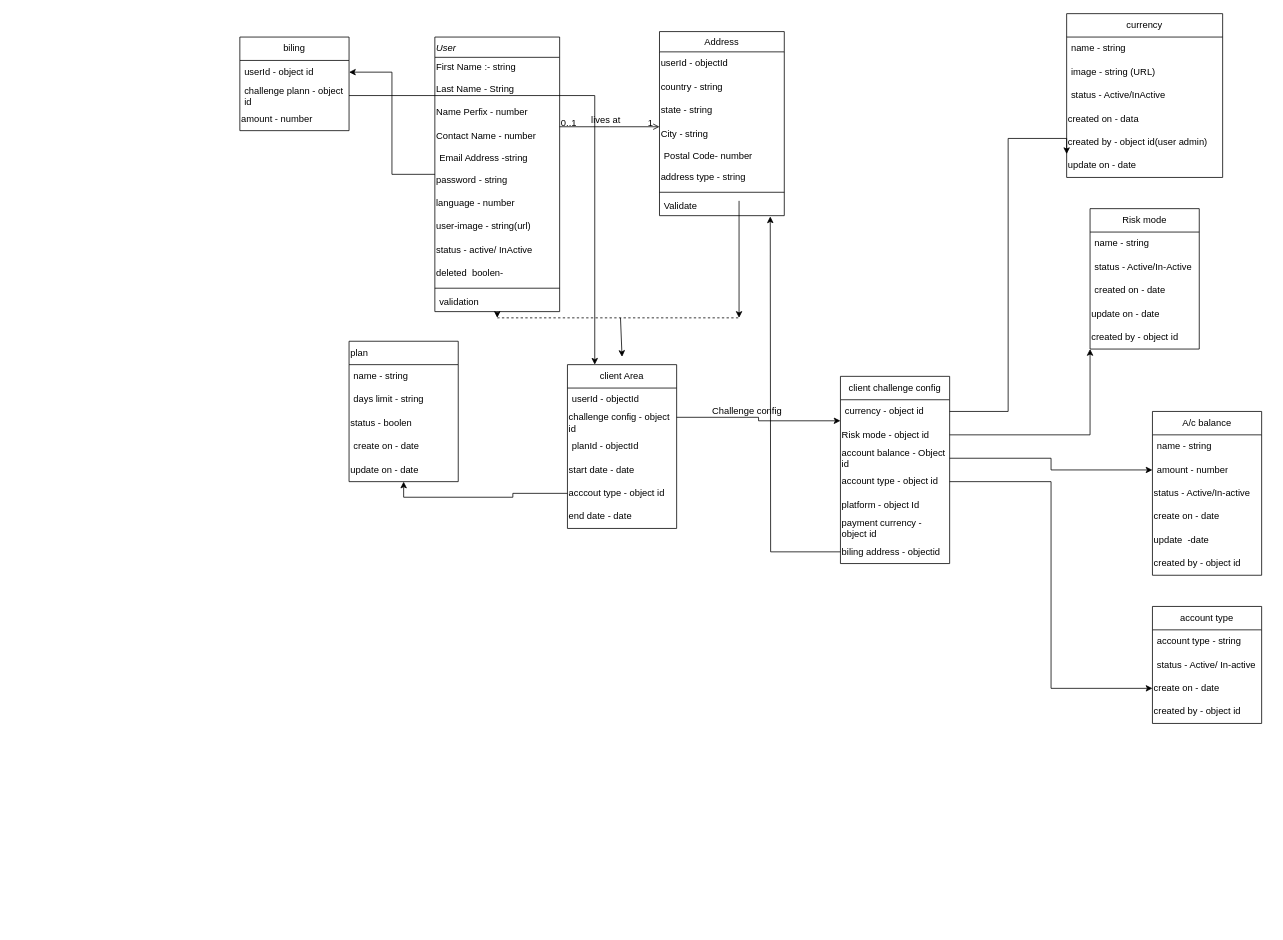
Above: Untitled Diagram.drawio in ankurram/testing1 (draw.io), before the change. Source tidied: cells renumbered, new cells numbered last; positions are measured from the earlier drawing's top-left corner, leaving out a move shared by most shapes. Both pictures are drawn from the tidied source at 78%, with x=0, y=0 at pixel (239, 13).
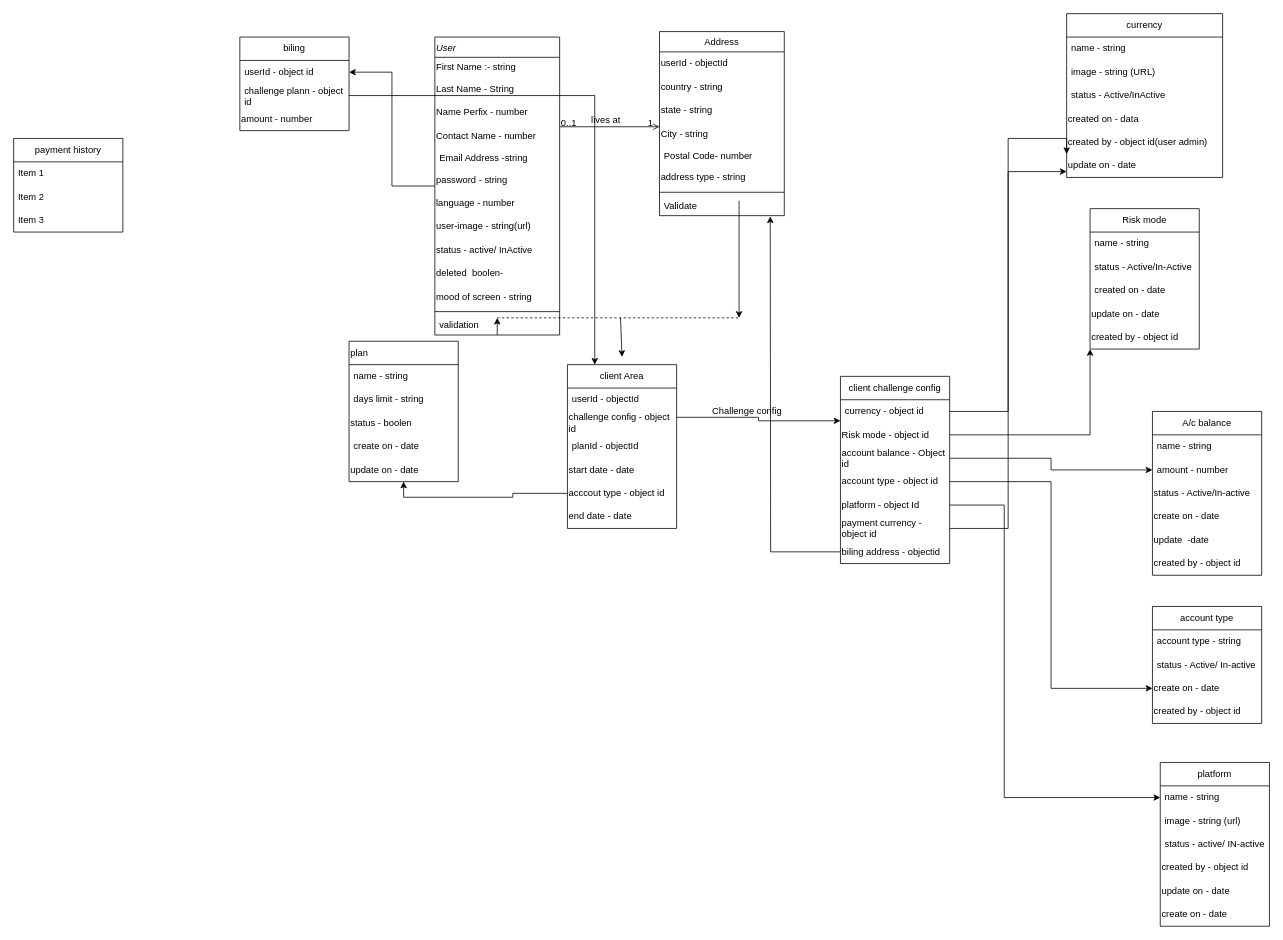
The same page after the edit.

Unchanged cells that the change refers to:
```xml
<mxCell id="47" value="platform - object Id" style="text;html=1;strokeColor=none;fillColor=none;align=left;verticalAlign=middle;whiteSpace=wrap;rounded=0;" parent="42" vertex="1">
  <mxGeometry y="150" width="140" height="30" as="geometry" />
</mxCell>
<mxCell id="48" value="payment currency - object id" style="text;html=1;strokeColor=none;fillColor=none;align=left;verticalAlign=middle;whiteSpace=wrap;rounded=0;" parent="42" vertex="1">
  <mxGeometry y="180" width="140" height="30" as="geometry" />
</mxCell>
<mxCell id="69" value="update on - date" style="text;html=1;strokeColor=none;fillColor=none;align=left;verticalAlign=middle;whiteSpace=wrap;rounded=0;" parent="63" vertex="1">
  <mxGeometry y="180" width="200" height="30" as="geometry" />
</mxCell>
```

Change to the diagram source:
```diff
@@
     <mxCell id="3" value="User" style="swimlane;fontStyle=2;align=left;verticalAlign=top;horizontal=1;startSize=26;rounded=0;shadow=0;strokeWidth=1;" parent="1" vertex="1">
-      <mxGeometry x="250" y="30" width="160" height="352" as="geometry" />
+      <mxGeometry x="250" y="30" width="160" height="382" as="geometry" />
     </mxCell>
@@
+    <mxCell id="92" value="mood of screen - string" style="text;html=1;strokeColor=none;fillColor=none;align=left;verticalAlign=middle;whiteSpace=wrap;rounded=0;" parent="3" vertex="1">
+      <mxGeometry y="318" width="160" height="30" as="geometry" />
+    </mxCell>
     <mxCell id="14" style="line;html=1;strokeWidth=1;align=left;verticalAlign=middle;spacingTop=-1;spacingLeft=3;spacingRight=3;labelPosition=right;" parent="3" vertex="1">
-      <mxGeometry y="318" width="160" height="8" as="geometry" />
+      <mxGeometry y="348" width="160" height="8" as="geometry" />
     </mxCell>
     <mxCell id="15" value="validation " style="text;align=left;verticalAlign=top;spacingLeft=4;spacingRight=4;overflow=hidden;" parent="3" vertex="1">
-      <mxGeometry y="326" width="160" height="26" as="geometry" />
+      <mxGeometry y="356" width="160" height="26" as="geometry" />
     </mxCell>
@@
+    <mxCell id="93" value="platform " style="swimlane;fontStyle=0;horizontal=1;startSize=30;whiteSpace=wrap;html=1;" parent="1" vertex="1">
+      <mxGeometry x="1180" y="960" width="140" height="210" as="geometry" />
+    </mxCell>
+    <mxCell id="94" value="name - string" style="text;strokeColor=none;fillColor=none;align=left;verticalAlign=middle;spacingLeft=4;spacingRight=4;overflow=hidden;points=[[0,0.5],[1,0.5]];portConstraint=eastwest;whiteSpace=wrap;html=1;" parent="93" vertex="1">
+      <mxGeometry y="30" width="140" height="30" as="geometry" />
+    </mxCell>
+    <mxCell id="95" value="image - string (url)" style="text;strokeColor=none;fillColor=none;align=left;verticalAlign=middle;spacingLeft=4;spacingRight=4;overflow=hidden;whiteSpace=wrap;html=1;" parent="93" vertex="1">
+      <mxGeometry y="60" width="140" height="30" as="geometry" />
+    </mxCell>
+    <mxCell id="96" value="status - active/ IN-active" style="text;strokeColor=none;fillColor=none;align=left;verticalAlign=middle;spacingLeft=4;spacingRight=4;overflow=hidden;whiteSpace=wrap;html=1;" parent="93" vertex="1">
+      <mxGeometry y="90" width="140" height="30" as="geometry" />
+    </mxCell>
+    <mxCell id="97" value="created by - object id" style="text;html=1;strokeColor=none;fillColor=none;align=left;verticalAlign=middle;whiteSpace=wrap;rounded=0;" parent="93" vertex="1">
+      <mxGeometry y="120" width="140" height="30" as="geometry" />
+    </mxCell>
+    <mxCell id="98" value="update on - date" style="text;html=1;strokeColor=none;fillColor=none;align=left;verticalAlign=middle;whiteSpace=wrap;rounded=0;" parent="93" vertex="1">
+      <mxGeometry y="150" width="140" height="30" as="geometry" />
+    </mxCell>
+    <mxCell id="99" value="create on - date" style="text;html=1;strokeColor=none;fillColor=none;align=left;verticalAlign=middle;whiteSpace=wrap;rounded=0;" parent="93" vertex="1">
+      <mxGeometry y="180" width="140" height="30" as="geometry" />
+    </mxCell>
+    <mxCell id="100" style="edgeStyle=orthogonalEdgeStyle;rounded=0;jettySize=auto;html=1;" parent="1" edge="1" source="47" target="94">
+      <mxGeometry relative="1" as="geometry">
+        <Array as="points">
+          <mxPoint x="980" y="630" />
+          <mxPoint x="980" y="1005" />
+        </Array>
+      </mxGeometry>
+    </mxCell>
+    <mxCell id="101" style="edgeStyle=orthogonalEdgeStyle;rounded=0;jettySize=auto;html=1;entryX=0;entryY=0.75;entryDx=0;entryDy=0;" parent="1" edge="1" source="48" target="69">
+      <mxGeometry relative="1" as="geometry" />
+    </mxCell>
+    <mxCell id="102" value="payment history" style="swimlane;fontStyle=0;horizontal=1;startSize=30;whiteSpace=wrap;html=1;" parent="1" vertex="1">
+      <mxGeometry x="-290" y="160" width="140" height="120" as="geometry" />
+    </mxCell>
+    <mxCell id="103" value="Item 1" style="text;strokeColor=none;fillColor=none;align=left;verticalAlign=middle;spacingLeft=4;spacingRight=4;overflow=hidden;whiteSpace=wrap;html=1;" parent="102" vertex="1">
+      <mxGeometry y="30" width="140" height="30" as="geometry" />
+    </mxCell>
+    <mxCell id="104" value="Item 2" style="text;strokeColor=none;fillColor=none;align=left;verticalAlign=middle;spacingLeft=4;spacingRight=4;overflow=hidden;whiteSpace=wrap;html=1;" parent="102" vertex="1">
+      <mxGeometry y="60" width="140" height="30" as="geometry" />
+    </mxCell>
+    <mxCell id="105" value="Item 3" style="text;strokeColor=none;fillColor=none;align=left;verticalAlign=middle;spacingLeft=4;spacingRight=4;overflow=hidden;whiteSpace=wrap;html=1;" parent="102" vertex="1">
+      <mxGeometry y="90" width="140" height="30" as="geometry" />
+    </mxCell>
```
